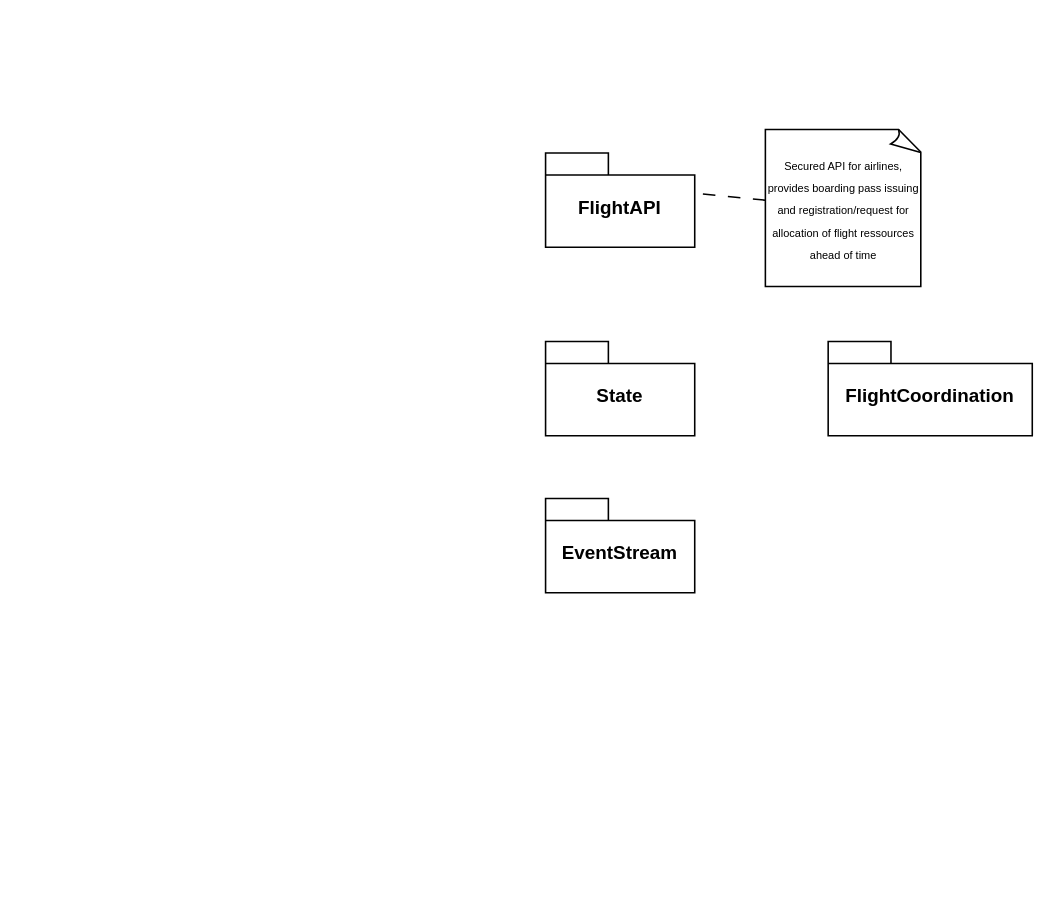
Earlier version of the draw.io diagram Diagrams/Untitled Diagram.drawio (oskarbreindahl/Softwarebyggehygge). Source tidied: cells renumbered, new cells numbered last; positions are measured from the earlier drawing's top-left corner, leaving out a move shared by most shapes. Both pictures are drawn from the tidied source at 157%, with x=0, y=0 at pixel (545, 129).
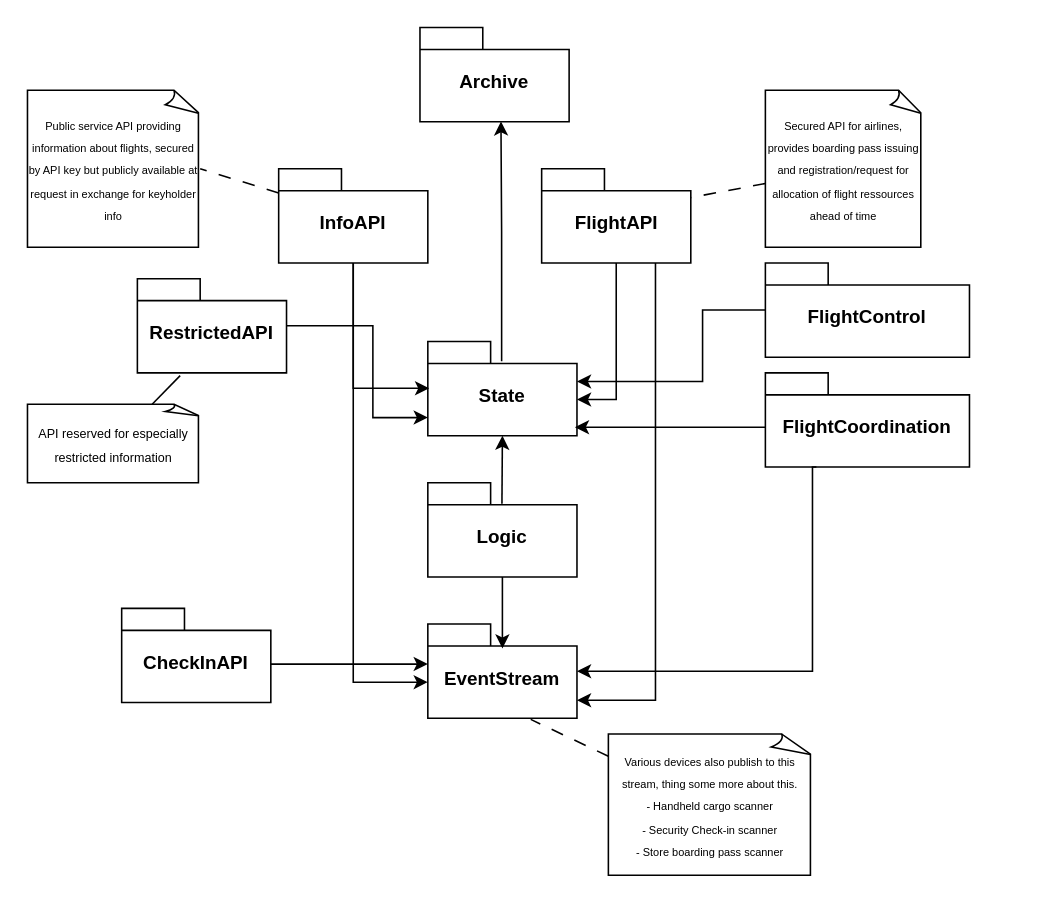
The same diagram, later.

What changed in the source:
```diff
@@
     <mxCell id="3" value="&lt;font style=&quot;font-size: 7px;&quot;&gt;Secured API for airlines, provides boarding pass issuing and registration/request for allocation of flight ressources ahead of time&lt;/font&gt;" style="whiteSpace=wrap;html=1;shape=mxgraph.basic.document;" parent="1" vertex="1">
-      <mxGeometry x="140" width="100" height="100" as="geometry" />
+      <mxGeometry x="140" y="-25" width="100" height="100" as="geometry" />
     </mxCell>
     <mxCell id="4" value="FlightAPI" style="shape=folder;fontStyle=1;spacingTop=10;tabWidth=40;tabHeight=14;tabPosition=left;html=1;whiteSpace=wrap;" parent="1" vertex="1">
-      <mxGeometry y="15" width="95" height="60" as="geometry" />
+      <mxGeometry x="-2.5" y="25" width="95" height="60" as="geometry" />
     </mxCell>
     <mxCell id="5" value="EventStream" style="shape=folder;fontStyle=1;spacingTop=10;tabWidth=40;tabHeight=14;tabPosition=left;html=1;whiteSpace=wrap;" parent="1" vertex="1">
-      <mxGeometry y="235" width="95" height="60" as="geometry" />
+      <mxGeometry x="-75" y="315" width="95" height="60" as="geometry" />
     </mxCell>
     <mxCell id="6" value="FlightCoordination" style="shape=folder;fontStyle=1;spacingTop=10;tabWidth=40;tabHeight=14;tabPosition=left;html=1;whiteSpace=wrap;" parent="1" vertex="1">
-      <mxGeometry x="180" y="135" width="130" height="60" as="geometry" />
+      <mxGeometry x="140" y="155" width="130" height="60" as="geometry" />
     </mxCell>
     <mxCell id="7" value="State" style="shape=folder;fontStyle=1;spacingTop=10;tabWidth=40;tabHeight=14;tabPosition=left;html=1;whiteSpace=wrap;" parent="1" vertex="1">
-      <mxGeometry y="135" width="95" height="60" as="geometry" />
+      <mxGeometry x="-75" y="135" width="95" height="60" as="geometry" />
     </mxCell>
+    <mxCell id="8" value="InfoAPI" style="shape=folder;fontStyle=1;spacingTop=10;tabWidth=40;tabHeight=14;tabPosition=left;html=1;whiteSpace=wrap;" parent="1" vertex="1">
+      <mxGeometry x="-170" y="25" width="95" height="60" as="geometry" />
+    </mxCell>
+    <mxCell id="9" value="&lt;span style=&quot;font-size: 7px;&quot;&gt;Public service API providing information about flights, secured by API key but publicly available at request in exchange for keyholder info&lt;/span&gt;" style="whiteSpace=wrap;html=1;shape=mxgraph.basic.document;" parent="1" vertex="1">
+      <mxGeometry x="-330" y="-25" width="110" height="100" as="geometry" />
+    </mxCell>
+    <mxCell id="10" style="rounded=0;jettySize=auto;html=1;entryX=1;entryY=0.5;entryDx=0;entryDy=0;entryPerimeter=0;endArrow=none;endFill=0;dashed=1;dashPattern=8 8;" parent="1" edge="1" source="8" target="9">
+      <mxGeometry relative="1" as="geometry" />
+    </mxCell>
+    <mxCell id="11" style="edgeStyle=orthogonalEdgeStyle;rounded=0;jettySize=auto;html=1;entryX=0.009;entryY=0.497;entryDx=0;entryDy=0;entryPerimeter=0;" parent="1" edge="1" source="8" target="7">
+      <mxGeometry relative="1" as="geometry" />
+    </mxCell>
+    <mxCell id="12" style="edgeStyle=orthogonalEdgeStyle;rounded=0;jettySize=auto;html=1;entryX=0;entryY=0;entryDx=95;entryDy=37;entryPerimeter=0;" parent="1" edge="1" source="4" target="7">
+      <mxGeometry relative="1" as="geometry" />
+    </mxCell>
+    <mxCell id="13" style="edgeStyle=orthogonalEdgeStyle;rounded=0;jettySize=auto;html=1;entryX=0.986;entryY=0.91;entryDx=0;entryDy=0;entryPerimeter=0;" parent="1" edge="1" source="6" target="7">
+      <mxGeometry relative="1" as="geometry">
+        <Array as="points">
+          <mxPoint x="80" y="190" />
+        </Array>
+      </mxGeometry>
+    </mxCell>
+    <mxCell id="14" value="Logic" style="shape=folder;fontStyle=1;spacingTop=10;tabWidth=40;tabHeight=14;tabPosition=left;html=1;whiteSpace=wrap;" parent="1" vertex="1">
+      <mxGeometry x="-75" y="225" width="95" height="60" as="geometry" />
+    </mxCell>
+    <mxCell id="15" style="rounded=0;jettySize=auto;html=1;entryX=0.5;entryY=1;entryDx=0;entryDy=0;entryPerimeter=0;exitX=0.497;exitY=0.222;exitDx=0;exitDy=0;exitPerimeter=0;" parent="1" edge="1" source="14" target="7">
+      <mxGeometry relative="1" as="geometry" />
+    </mxCell>
+    <mxCell id="16" style="edgeStyle=orthogonalEdgeStyle;rounded=0;jettySize=auto;html=1;entryX=0.25;entryY=1;entryDx=0;entryDy=0;entryPerimeter=0;endArrow=none;endFill=0;startArrow=classic;startFill=1;" parent="1" edge="1" source="5" target="6">
+      <mxGeometry relative="1" as="geometry">
+        <Array as="points">
+          <mxPoint x="170" y="345" />
+          <mxPoint x="170" y="215" />
+        </Array>
+      </mxGeometry>
+    </mxCell>
+    <mxCell id="17" style="edgeStyle=orthogonalEdgeStyle;rounded=0;jettySize=auto;html=1;entryX=0.5;entryY=1;entryDx=0;entryDy=0;entryPerimeter=0;startArrow=classic;startFill=1;exitX=0.5;exitY=0.259;exitDx=0;exitDy=0;exitPerimeter=0;endArrow=none;endFill=0;" parent="1" edge="1" source="5" target="14">
+      <mxGeometry relative="1" as="geometry" />
+    </mxCell>
+    <mxCell id="18" style="edgeStyle=orthogonalEdgeStyle;rounded=0;jettySize=auto;html=1;entryX=0;entryY=0;entryDx=0;entryDy=37;entryPerimeter=0;" parent="1" edge="1" source="8" target="5">
+      <mxGeometry relative="1" as="geometry" />
+    </mxCell>
+    <mxCell id="19" style="edgeStyle=orthogonalEdgeStyle;rounded=0;jettySize=auto;html=1;entryX=0;entryY=0;entryDx=95;entryDy=48.5;entryPerimeter=0;" parent="1" edge="1" source="4" target="5">
+      <mxGeometry relative="1" as="geometry">
+        <Array as="points">
+          <mxPoint x="70" y="363" />
+        </Array>
+      </mxGeometry>
+    </mxCell>
+    <mxCell id="20" value="CheckInAPI" style="shape=folder;fontStyle=1;spacingTop=10;tabWidth=40;tabHeight=14;tabPosition=left;html=1;whiteSpace=wrap;" parent="1" vertex="1">
+      <mxGeometry x="-270" y="305" width="95" height="60" as="geometry" />
+    </mxCell>
+    <mxCell id="21" value="&lt;font style=&quot;font-size: 7px;&quot;&gt;Various devices also publish to this stream, thing some more about this.&lt;/font&gt;&lt;div&gt;&lt;font style=&quot;font-size: 7px;&quot;&gt;- Handheld cargo scanner&lt;/font&gt;&lt;/div&gt;&lt;div&gt;&lt;font style=&quot;font-size: 7px;&quot;&gt;- Security Check-in scanner&lt;/font&gt;&lt;/div&gt;&lt;div&gt;&lt;font style=&quot;font-size: 7px;&quot;&gt;- Store boarding pass scanner&lt;/font&gt;&lt;/div&gt;" style="whiteSpace=wrap;html=1;shape=mxgraph.basic.document;" parent="1" vertex="1">
+      <mxGeometry x="40" y="385" width="130" height="90" as="geometry" />
+    </mxCell>
+    <mxCell id="22" style="rounded=0;jettySize=auto;html=1;entryX=0.69;entryY=1.012;entryDx=0;entryDy=0;entryPerimeter=0;endArrow=none;endFill=0;dashed=1;dashPattern=8 8;" parent="1" edge="1" source="21" target="5">
+      <mxGeometry relative="1" as="geometry" />
+    </mxCell>
+    <mxCell id="23" style="edgeStyle=orthogonalEdgeStyle;rounded=0;jettySize=auto;html=1;entryX=0;entryY=0;entryDx=0;entryDy=25.5;entryPerimeter=0;" parent="1" edge="1" source="20" target="5">
+      <mxGeometry relative="1" as="geometry">
+        <Array as="points">
+          <mxPoint x="-170" y="341" />
+        </Array>
+      </mxGeometry>
+    </mxCell>
+    <mxCell id="24" value="RestrictedAPI" style="shape=folder;fontStyle=1;spacingTop=10;tabWidth=40;tabHeight=14;tabPosition=left;html=1;whiteSpace=wrap;" parent="1" vertex="1">
+      <mxGeometry x="-260" y="95" width="95" height="60" as="geometry" />
+    </mxCell>
+    <mxCell id="25" style="edgeStyle=orthogonalEdgeStyle;rounded=0;jettySize=auto;html=1;entryX=0;entryY=0;entryDx=0;entryDy=48.5;entryPerimeter=0;" parent="1" edge="1" source="24" target="7">
+      <mxGeometry relative="1" as="geometry">
+        <Array as="points">
+          <mxPoint x="-110" y="125" />
+          <mxPoint x="-110" y="184" />
+          <mxPoint x="-75" y="184" />
+        </Array>
+      </mxGeometry>
+    </mxCell>
+    <mxCell id="26" value="&lt;font style=&quot;font-size: 8px;&quot;&gt;API reserved for especially restricted information&lt;/font&gt;" style="whiteSpace=wrap;html=1;shape=mxgraph.basic.document;" parent="1" vertex="1">
+      <mxGeometry x="-330" y="175" width="110" height="50" as="geometry" />
+    </mxCell>
+    <mxCell id="27" style="rounded=0;jettySize=auto;html=1;entryX=0.287;entryY=1.029;entryDx=0;entryDy=0;entryPerimeter=0;endArrow=none;endFill=0;" parent="1" edge="1" source="26" target="24">
+      <mxGeometry relative="1" as="geometry" />
+    </mxCell>
+    <mxCell id="28" value="Archive" style="shape=folder;fontStyle=1;spacingTop=10;tabWidth=40;tabHeight=14;tabPosition=left;html=1;whiteSpace=wrap;" parent="1" vertex="1">
+      <mxGeometry x="-80" y="-65" width="95" height="60" as="geometry" />
+    </mxCell>
+    <mxCell id="29" style="edgeStyle=orthogonalEdgeStyle;rounded=0;jettySize=auto;html=1;entryX=0.543;entryY=0.997;entryDx=0;entryDy=0;entryPerimeter=0;exitX=0.495;exitY=0.211;exitDx=0;exitDy=0;exitPerimeter=0;" parent="1" edge="1" source="7" target="28">
+      <mxGeometry relative="1" as="geometry" />
+    </mxCell>
+    <mxCell id="30" value="FlightControl" style="shape=folder;fontStyle=1;spacingTop=10;tabWidth=40;tabHeight=14;tabPosition=left;html=1;whiteSpace=wrap;" parent="1" vertex="1">
+      <mxGeometry x="140" y="85" width="130" height="60" as="geometry" />
+    </mxCell>
+    <mxCell id="31" style="edgeStyle=orthogonalEdgeStyle;rounded=0;jettySize=auto;html=1;entryX=0;entryY=0;entryDx=95;entryDy=25.5;entryPerimeter=0;" parent="1" edge="1" source="30" target="7">
+      <mxGeometry relative="1" as="geometry">
+        <Array as="points">
+          <mxPoint x="100" y="115" />
+          <mxPoint x="100" y="161" />
+        </Array>
+      </mxGeometry>
+    </mxCell>
```
